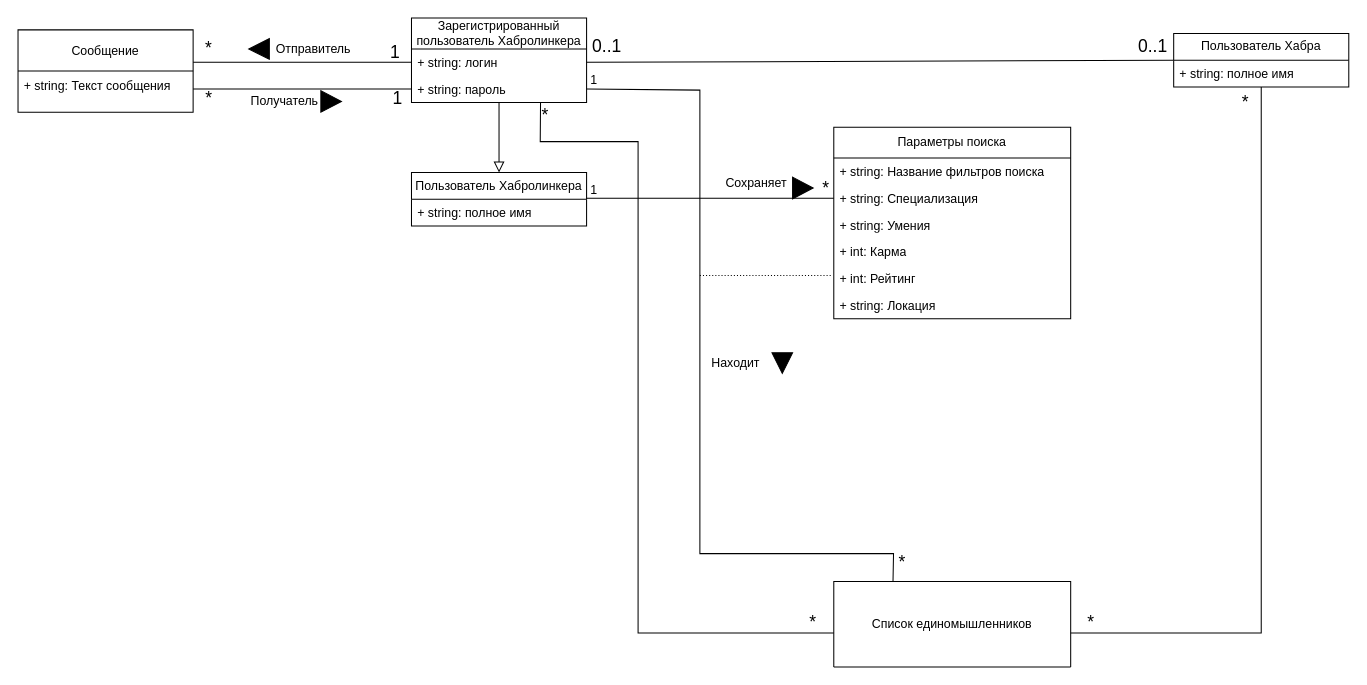
Above: docs/raw_diagrams/domain_model.drawio in AS2/habrolink (draw.io), before the change. Source tidied: cells renumbered, new cells numbered last; positions are measured from the earlier drawing's top-left corner, leaving out a move shared by most shapes. Both pictures are drawn from the tidied source at 103%, with x=0, y=0 at pixel (18, 18).
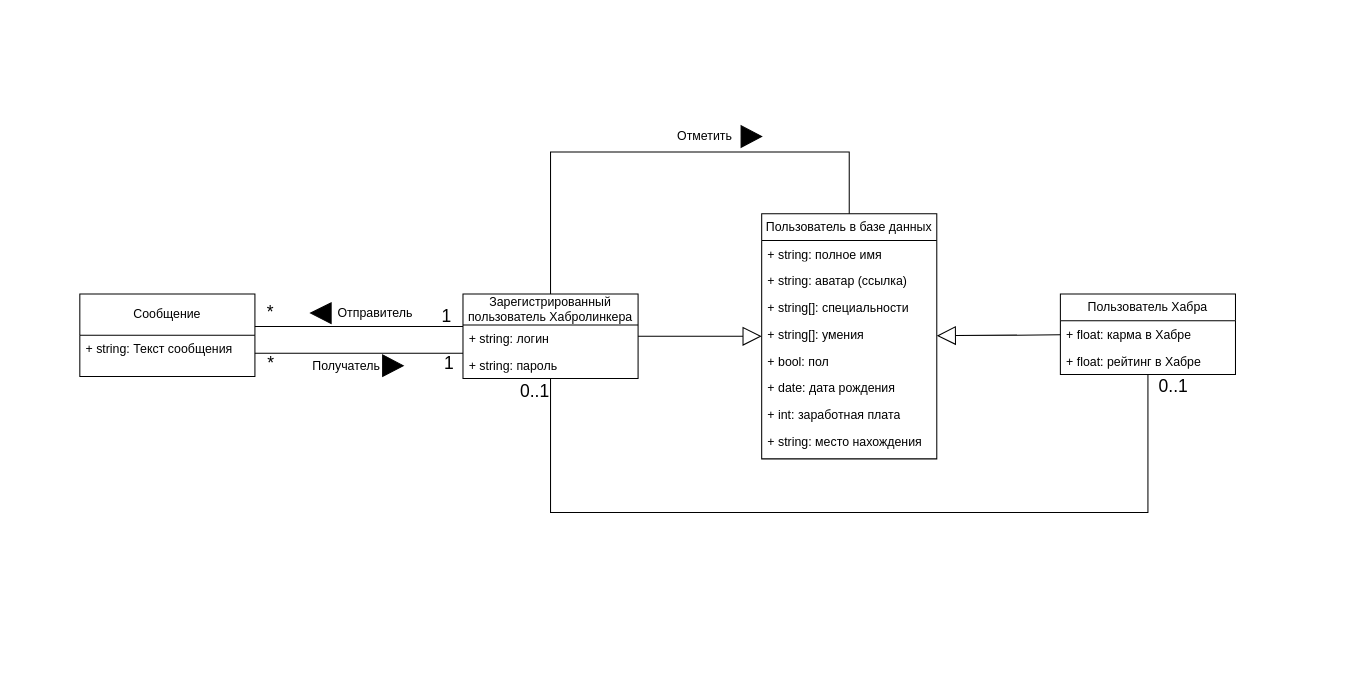
After the change.

Commit message (it also covers changes not shown here):
Fixed domain model

Unchanged cells that the change refers to:
```xml
<mxCell id="22" value="+ string: логин" style="text;strokeColor=none;fillColor=none;align=left;verticalAlign=top;spacingLeft=4;spacingRight=4;overflow=hidden;points=[[0,0.5],[1,0.5]];portConstraint=eastwest;whiteSpace=wrap;html=1;" parent="21" vertex="1">
  <mxGeometry y="30" width="170" height="26" as="geometry" />
</mxCell>
<mxCell id="23" value="+ string: пароль" style="text;strokeColor=none;fillColor=none;align=left;verticalAlign=top;spacingLeft=4;spacingRight=4;overflow=hidden;points=[[0,0.5],[1,0.5]];portConstraint=eastwest;whiteSpace=wrap;html=1;" parent="21" vertex="1">
  <mxGeometry y="56" width="170" height="26" as="geometry" />
</mxCell>
```

The edit, as a diff of the source:
```diff
@@
-    <mxCell id="2" value="Пользователь Хабролинкера" style="swimlane;fontStyle=0;horizontal=1;startSize=26;fillColor=none;whiteSpace=wrap;html=1;" parent="1" vertex="1">
-      <mxGeometry x="382" y="150" width="170" height="52" as="geometry" />
+    <mxCell id="2" value="Пользователь в базе данных" style="swimlane;fontStyle=0;horizontal=1;startSize=26;fillColor=none;whiteSpace=wrap;html=1;" parent="1" vertex="1">
+      <mxGeometry x="722" y="190" width="170" height="238" as="geometry" />
     </mxCell>
+    <mxCell id="50" value="+ string: полное имя" style="text;strokeColor=none;fillColor=none;align=left;verticalAlign=top;spacingLeft=4;spacingRight=4;overflow=hidden;whiteSpace=wrap;html=1;" parent="2" vertex="1">
+      <mxGeometry y="26" width="170" height="26" as="geometry" />
+    </mxCell>
+    <mxCell id="51" value="+ string: аватар (ссылка)" style="text;strokeColor=none;fillColor=none;align=left;verticalAlign=top;spacingLeft=4;spacingRight=4;overflow=hidden;whiteSpace=wrap;html=1;" parent="2" vertex="1">
+      <mxGeometry y="52" width="170" height="26" as="geometry" />
+    </mxCell>
+    <mxCell id="52" value="+ string[]: специальности" style="text;strokeColor=none;fillColor=none;align=left;verticalAlign=top;spacingLeft=4;spacingRight=4;overflow=hidden;whiteSpace=wrap;html=1;" parent="2" vertex="1">
+      <mxGeometry y="78" width="170" height="26" as="geometry" />
+    </mxCell>
+    <mxCell id="53" value="&lt;div&gt;+ string[]: умения&lt;/div&gt;" style="text;strokeColor=none;fillColor=none;align=left;verticalAlign=top;spacingLeft=4;spacingRight=4;overflow=hidden;whiteSpace=wrap;html=1;" parent="2" vertex="1">
+      <mxGeometry y="104" width="170" height="26" as="geometry" />
+    </mxCell>
-    <mxCell id="3" value="+ string: полное имя" style="text;strokeColor=none;fillColor=none;align=left;verticalAlign=top;spacingLeft=4;spacingRight=4;overflow=hidden;whiteSpace=wrap;html=1;" parent="2" vertex="1">
-      <mxGeometry y="26" width="170" height="26" as="geometry" />
+    <mxCell id="3" value="+ bool: пол" style="text;strokeColor=none;fillColor=none;align=left;verticalAlign=top;spacingLeft=4;spacingRight=4;overflow=hidden;whiteSpace=wrap;html=1;" parent="2" vertex="1">
+      <mxGeometry y="130" width="170" height="26" as="geometry" />
     </mxCell>
-    <mxCell id="4" value="Параметры поиска" style="swimlane;fontStyle=0;horizontal=1;startSize=30;fillColor=none;whiteSpace=wrap;html=1;" parent="1" vertex="1">
-      <mxGeometry x="792" y="106" width="230" height="186" as="geometry" />
-    </mxCell>
-    <mxCell id="5" value="+ string: Название фильтров поиска" style="text;strokeColor=none;fillColor=none;align=left;verticalAlign=top;spacingLeft=4;spacingRight=4;overflow=hidden;whiteSpace=wrap;html=1;" parent="4" vertex="1">
-      <mxGeometry y="30" width="230" height="26" as="geometry" />
-    </mxCell>
-    <mxCell id="6" value="+ string: Специализация" style="text;strokeColor=none;fillColor=none;align=left;verticalAlign=top;spacingLeft=4;spacingRight=4;overflow=hidden;points=[[0,0.5],[1,0.5]];portConstraint=eastwest;whiteSpace=wrap;html=1;" parent="4" vertex="1">
-      <mxGeometry y="56" width="230" height="26" as="geometry" />
-    </mxCell>
-    <mxCell id="7" value="+ string: Умения" style="text;strokeColor=none;fillColor=none;align=left;verticalAlign=top;spacingLeft=4;spacingRight=4;overflow=hidden;whiteSpace=wrap;html=1;" parent="4" vertex="1">
-      <mxGeometry y="82" width="230" height="26" as="geometry" />
-    </mxCell>
-    <mxCell id="8" value="+ int: Карма" style="text;strokeColor=none;fillColor=none;align=left;verticalAlign=top;spacingLeft=4;spacingRight=4;overflow=hidden;whiteSpace=wrap;html=1;" parent="4" vertex="1">
-      <mxGeometry y="108" width="230" height="26" as="geometry" />
-    </mxCell>
-    <mxCell id="9" value="+ int: Рейтинг" style="text;strokeColor=none;fillColor=none;align=left;verticalAlign=top;spacingLeft=4;spacingRight=4;overflow=hidden;whiteSpace=wrap;html=1;" parent="4" vertex="1">
-      <mxGeometry y="134" width="230" height="26" as="geometry" />
-    </mxCell>
-    <mxCell id="10" value="+ string: Локация" style="text;strokeColor=none;fillColor=none;align=left;verticalAlign=top;spacingLeft=4;spacingRight=4;overflow=hidden;whiteSpace=wrap;html=1;" parent="4" vertex="1">
-      <mxGeometry y="160" width="230" height="26" as="geometry" />
-    </mxCell>
+    <mxCell id="54" value="&lt;div&gt;+ date: дата рождения&lt;/div&gt;" style="text;strokeColor=none;fillColor=none;align=left;verticalAlign=top;spacingLeft=4;spacingRight=4;overflow=hidden;whiteSpace=wrap;html=1;" parent="2" vertex="1">
+      <mxGeometry y="156" width="170" height="26" as="geometry" />
+    </mxCell>
+    <mxCell id="55" value="&lt;div&gt;+ int: заработная плата&lt;br&gt;&lt;/div&gt;" style="text;strokeColor=none;fillColor=none;align=left;verticalAlign=top;spacingLeft=4;spacingRight=4;overflow=hidden;whiteSpace=wrap;html=1;" parent="2" vertex="1">
+      <mxGeometry y="182" width="170" height="26" as="geometry" />
+    </mxCell>
+    <mxCell id="56" value="+ string: место нахождения" style="text;strokeColor=none;fillColor=none;align=left;verticalAlign=top;spacingLeft=4;spacingRight=4;overflow=hidden;whiteSpace=wrap;html=1;" parent="2" vertex="1">
+      <mxGeometry y="208" width="170" height="30" as="geometry" />
+    </mxCell>
     <mxCell id="11" value="Отправитель" style="text;html=1;strokeColor=none;fillColor=none;align=center;verticalAlign=middle;whiteSpace=wrap;rounded=0;" parent="1" vertex="1">
-      <mxGeometry x="252" y="15" width="70" height="30" as="geometry" />
+      <mxGeometry x="312" y="271.5" width="70" height="30" as="geometry" />
     </mxCell>
     <mxCell id="12" style="triangle;whiteSpace=wrap;html=1;fillColor=#000000;rotation=-180;" parent="1" vertex="1">
-      <mxGeometry x="224" y="20" width="20" height="20" as="geometry" />
+      <mxGeometry x="284" y="276.5" width="20" height="20" as="geometry" />
     </mxCell>
-    <mxCell id="13" style="endArrow=none;html=1;rounded=0;exitX=1;exitY=0.5;exitDx=0;exitDy=0;entryX=0;entryY=0.5;entryDx=0;entryDy=0;" parent="1" edge="1" target="6">
-      <mxGeometry relative="1" as="geometry">
-        <mxPoint x="552" y="175" as="sourcePoint" />
-      </mxGeometry>
-    </mxCell>
-    <mxCell id="14" value="1" style="html=1;whiteSpace=wrap;align=left;verticalAlign=bottom;" parent="13" vertex="1">
-      <mxGeometry x="-1" relative="1" as="geometry">
-        <mxPoint x="2" as="offset" />
-      </mxGeometry>
-    </mxCell>
-    <mxCell id="15" value="*" style="html=1;whiteSpace=wrap;align=right;verticalAlign=bottom;fontSize=17;" parent="13" vertex="1">
-      <mxGeometry x="1" relative="1" as="geometry">
-        <mxPoint x="-3" y="2" as="offset" />
-      </mxGeometry>
-    </mxCell>
-    <mxCell id="16" value="Список единомышленников" style="swimlane;fontStyle=0;horizontal=1;startSize=83;fillColor=none;whiteSpace=wrap;html=1;" parent="1" vertex="1" collapsed="1">
-      <mxGeometry x="792" y="547" width="230" height="83" as="geometry" />
-    </mxCell>
-    <mxCell id="17" value="Находит" style="text;html=1;strokeColor=none;fillColor=none;align=center;verticalAlign=middle;whiteSpace=wrap;rounded=0;" parent="1" vertex="1">
-      <mxGeometry x="662" y="320" width="70" height="30" as="geometry" />
-    </mxCell>
-    <mxCell id="18" style="endArrow=none;startArrow=none;endFill=0;startFill=0;html=1;verticalAlign=bottom;labelBackgroundColor=none;strokeWidth=1;startSize=8;endSize=8;rounded=0;exitX=0;exitY=0.5;exitDx=0;exitDy=0;entryX=0.737;entryY=0.987;entryDx=0;entryDy=0;entryPerimeter=0;" parent="1" edge="1" target="23">
-      <mxGeometry relative="1" as="geometry">
-        <mxPoint x="792" y="597" as="sourcePoint" />
-        <Array as="points">
-          <mxPoint x="602" y="597" />
-          <mxPoint x="602" y="120" />
-          <mxPoint x="507" y="120" />
-        </Array>
-      </mxGeometry>
-    </mxCell>
-    <mxCell id="19" value="*" style="text;html=1;strokeColor=none;fillColor=none;align=center;verticalAlign=middle;whiteSpace=wrap;rounded=0;fontSize=17;" parent="1" vertex="1">
-      <mxGeometry x="502" y="82" width="20" height="26" as="geometry" />
-    </mxCell>
-    <mxCell id="20" value="*" style="text;html=1;strokeColor=none;fillColor=none;align=center;verticalAlign=middle;whiteSpace=wrap;rounded=0;fontSize=17;" parent="1" vertex="1">
-      <mxGeometry x="762" y="575" width="20" height="26" as="geometry" />
-    </mxCell>
     <mxCell id="21" value="Зарегистрированный пользователь Хабролинкера" style="swimlane;fontStyle=0;horizontal=1;startSize=30;fillColor=none;whiteSpace=wrap;html=1;" parent="1" vertex="1">
-      <mxGeometry x="382" width="170" height="82" as="geometry" />
+      <mxGeometry x="432" y="268" width="170" height="82" as="geometry" />
     </mxCell>
@@
-    <mxCell id="24" style="endArrow=block;html=1;rounded=0;align=center;verticalAlign=bottom;endFill=0;labelBackgroundColor=none;endSize=8;entryX=0.5;entryY=0;entryDx=0;entryDy=0;exitX=0.5;exitY=1.013;exitDx=0;exitDy=0;exitPerimeter=0;" parent="1" edge="1" source="23" target="2">
-      <mxGeometry relative="1" as="geometry" />
-    </mxCell>
     <mxCell id="25" value="Пользователь Хабра" style="swimlane;fontStyle=0;horizontal=1;startSize=26;fillColor=none;whiteSpace=wrap;html=1;" parent="1" vertex="1">
-      <mxGeometry x="1122" y="15" width="170" height="52" as="geometry" />
+      <mxGeometry x="1012" y="268" width="170" height="78" as="geometry" />
     </mxCell>
+    <mxCell id="57" value="+ float: карма в Хабре" style="text;strokeColor=none;fillColor=none;align=left;verticalAlign=top;spacingLeft=4;spacingRight=4;overflow=hidden;whiteSpace=wrap;html=1;" parent="25" vertex="1">
+      <mxGeometry y="26" width="170" height="26" as="geometry" />
+    </mxCell>
-    <mxCell id="26" value="+ string: полное имя" style="text;strokeColor=none;fillColor=none;align=left;verticalAlign=top;spacingLeft=4;spacingRight=4;overflow=hidden;whiteSpace=wrap;html=1;" parent="25" vertex="1">
-      <mxGeometry y="26" width="170" height="26" as="geometry" />
+    <mxCell id="26" value="+ float: рейтинг в Хабре" style="text;strokeColor=none;fillColor=none;align=left;verticalAlign=top;spacingLeft=4;spacingRight=4;overflow=hidden;whiteSpace=wrap;html=1;" parent="25" vertex="1">
+      <mxGeometry y="52" width="170" height="26" as="geometry" />
     </mxCell>
-    <mxCell id="27" style="endArrow=none;startArrow=none;endFill=0;startFill=0;html=1;verticalAlign=bottom;labelBackgroundColor=none;strokeWidth=1;startSize=8;endSize=8;rounded=0;exitX=1;exitY=0.5;exitDx=0;exitDy=0;entryX=0;entryY=0.5;entryDx=0;entryDy=0;" parent="1" edge="1" source="22" target="25">
-      <mxGeometry relative="1" as="geometry" />
+    <mxCell id="27" style="endArrow=none;startArrow=none;endFill=0;startFill=0;html=1;verticalAlign=bottom;labelBackgroundColor=none;strokeWidth=1;startSize=8;endSize=8;rounded=0;edgeStyle=orthogonalEdgeStyle;" parent="1" edge="1" source="21" target="25">
+      <mxGeometry relative="1" as="geometry">
+        <Array as="points">
+          <mxPoint x="517" y="480" />
+          <mxPoint x="1097" y="480" />
+        </Array>
+      </mxGeometry>
     </mxCell>
     <mxCell id="28" value="0..1" style="text;html=1;strokeColor=none;fillColor=none;align=center;verticalAlign=middle;whiteSpace=wrap;rounded=0;fontSize=17;" parent="1" vertex="1">
-      <mxGeometry x="562" y="15" width="20" height="26" as="geometry" />
+      <mxGeometry x="492" y="350" width="20" height="26" as="geometry" />
     </mxCell>
     <mxCell id="29" value="0..1" style="text;html=1;strokeColor=none;fillColor=none;align=center;verticalAlign=middle;whiteSpace=wrap;rounded=0;fontSize=17;" parent="1" vertex="1">
-      <mxGeometry x="1082" y="15" width="40" height="26" as="geometry" />
+      <mxGeometry x="1102" y="346" width="40" height="26" as="geometry" />
     </mxCell>
-    <mxCell id="30" style="endArrow=none;startArrow=none;endFill=0;startFill=0;html=1;verticalAlign=bottom;labelBackgroundColor=none;strokeWidth=1;startSize=8;endSize=8;rounded=0;exitX=1;exitY=0.5;exitDx=0;exitDy=0;" parent="1" edge="1" target="25">
-      <mxGeometry relative="1" as="geometry">
-        <mxPoint x="1022" y="597" as="sourcePoint" />
-        <Array as="points">
-          <mxPoint x="1207" y="597" />
-        </Array>
-      </mxGeometry>
-    </mxCell>
-    <mxCell id="31" value="*" style="text;html=1;strokeColor=none;fillColor=none;align=center;verticalAlign=middle;whiteSpace=wrap;rounded=0;fontSize=17;" parent="1" vertex="1">
-      <mxGeometry x="1032" y="575" width="20" height="26" as="geometry" />
-    </mxCell>
-    <mxCell id="32" value="*" style="text;html=1;strokeColor=none;fillColor=none;align=center;verticalAlign=middle;whiteSpace=wrap;rounded=0;fontSize=17;" parent="1" vertex="1">
-      <mxGeometry x="1182" y="70" width="20" height="26" as="geometry" />
-    </mxCell>
     <mxCell id="33" value="Сообщение" style="swimlane;fontStyle=0;horizontal=1;startSize=40;fillColor=none;whiteSpace=wrap;html=1;" parent="1" vertex="1">
-      <mxGeometry y="11.5" width="170" height="80" as="geometry" />
+      <mxGeometry x="60" y="268" width="170" height="80" as="geometry" />
     </mxCell>
@@
-    <mxCell id="35" style="endArrow=none;html=1;rounded=0;entryX=1;entryY=0.5;entryDx=0;entryDy=0;exitX=0;exitY=0.5;exitDx=0;exitDy=0;" parent="1" edge="1" source="23">
+    <mxCell id="35" style="endArrow=none;html=1;rounded=0;entryX=1;entryY=0.5;entryDx=0;entryDy=0;" parent="1" edge="1">
       <mxGeometry relative="1" as="geometry">
-        <mxPoint x="170" y="69" as="targetPoint" />
+        <mxPoint x="432" y="325.5" as="sourcePoint" />
+        <mxPoint x="230" y="325.5" as="targetPoint" />
       </mxGeometry>
     </mxCell>
@@
     <mxCell id="38" value="Получатель" style="text;html=1;strokeColor=none;fillColor=none;align=center;verticalAlign=middle;whiteSpace=wrap;rounded=0;" parent="1" vertex="1">
-      <mxGeometry x="224" y="66" width="70" height="30" as="geometry" />
+      <mxGeometry x="284" y="322.5" width="70" height="30" as="geometry" />
     </mxCell>
     <mxCell id="39" style="triangle;whiteSpace=wrap;html=1;fillColor=#000000;rotation=0;" parent="1" vertex="1">
-      <mxGeometry x="294" y="70.5" width="20" height="21" as="geometry" />
+      <mxGeometry x="354" y="327" width="20" height="21" as="geometry" />
     </mxCell>
-    <mxCell id="40" style="endArrow=none;html=1;rounded=0;entryX=0;entryY=0.5;entryDx=0;entryDy=0;exitX=1;exitY=0.5;exitDx=0;exitDy=0;" parent="1" edge="1" target="22">
+    <mxCell id="40" style="endArrow=none;html=1;rounded=0;exitX=1;exitY=0.5;exitDx=0;exitDy=0;" parent="1" edge="1">
       <mxGeometry relative="1" as="geometry">
-        <mxPoint x="170" y="43" as="sourcePoint" />
+        <mxPoint x="230" y="299.5" as="sourcePoint" />
+        <mxPoint x="432" y="299.5" as="targetPoint" />
       </mxGeometry>
     </mxCell>
@@
-    <mxCell id="43" style="triangle;whiteSpace=wrap;html=1;fillColor=#000000;rotation=0;" parent="1" vertex="1">
-      <mxGeometry x="752" y="154.5" width="20" height="21" as="geometry" />
-    </mxCell>
-    <mxCell id="44" style="endArrow=none;html=1;rounded=0;entryX=0.25;entryY=0;entryDx=0;entryDy=0;exitX=1;exitY=0.5;exitDx=0;exitDy=0;" parent="1" edge="1" source="23" target="16">
-      <mxGeometry relative="1" as="geometry">
-        <Array as="points">
-          <mxPoint x="662" y="70" />
-          <mxPoint x="662" y="520" />
-          <mxPoint x="850" y="520" />
-        </Array>
-      </mxGeometry>
-    </mxCell>
-    <mxCell id="45" value="1" style="html=1;whiteSpace=wrap;align=left;verticalAlign=bottom;" parent="44" vertex="1">
-      <mxGeometry x="-1" relative="1" as="geometry">
-        <mxPoint x="2" as="offset" />
-      </mxGeometry>
-    </mxCell>
-    <mxCell id="46" value="*" style="html=1;whiteSpace=wrap;align=right;verticalAlign=bottom;fontSize=17;" parent="44" vertex="1">
-      <mxGeometry x="1" relative="1" as="geometry">
-        <mxPoint x="13" y="-7" as="offset" />
-      </mxGeometry>
-    </mxCell>
-    <mxCell id="47" value="Сохраняет" style="text;html=1;strokeColor=none;fillColor=none;align=center;verticalAlign=middle;whiteSpace=wrap;rounded=0;" parent="1" vertex="1">
-      <mxGeometry x="682" y="145.5" width="70" height="30" as="geometry" />
-    </mxCell>
-    <mxCell id="48" style="triangle;whiteSpace=wrap;html=1;fillColor=#000000;rotation=90;" parent="1" vertex="1">
-      <mxGeometry x="732" y="325" width="20" height="20" as="geometry" />
-    </mxCell>
-    <mxCell id="49" style="endArrow=none;html=1;rounded=0;dashed=1;dashPattern=1 2;" parent="1" edge="1">
-      <mxGeometry relative="1" as="geometry">
-        <mxPoint x="662" y="250" as="sourcePoint" />
-        <mxPoint x="791" y="250" as="targetPoint" />
-      </mxGeometry>
-    </mxCell>
+    <mxCell id="58" style="endArrow=block;endSize=16;endFill=0;html=1;rounded=0;" parent="1" edge="1" source="21" target="2">
+      <mxGeometry relative="1" as="geometry" />
+    </mxCell>
+    <mxCell id="59" style="endArrow=block;endSize=16;endFill=0;html=1;rounded=0;" parent="1" edge="1" source="25" target="2">
+      <mxGeometry relative="1" as="geometry" />
+    </mxCell>
+    <mxCell id="60" style="endArrow=none;html=1;rounded=0;edgeStyle=orthogonalEdgeStyle;" parent="1" edge="1" source="21" target="2">
+      <mxGeometry relative="1" as="geometry">
+        <Array as="points">
+          <mxPoint x="517" y="130" />
+          <mxPoint x="807" y="130" />
+        </Array>
+      </mxGeometry>
+    </mxCell>
+    <mxCell id="61" value="Отметить" style="text;html=1;strokeColor=none;fillColor=none;align=center;verticalAlign=middle;whiteSpace=wrap;rounded=0;" parent="1" vertex="1">
+      <mxGeometry x="632" y="100" width="70" height="30" as="geometry" />
+    </mxCell>
+    <mxCell id="62" style="triangle;whiteSpace=wrap;html=1;fillColor=#000000;rotation=0;" parent="1" vertex="1">
+      <mxGeometry x="702" y="104.5" width="20" height="21" as="geometry" />
+    </mxCell>
```
